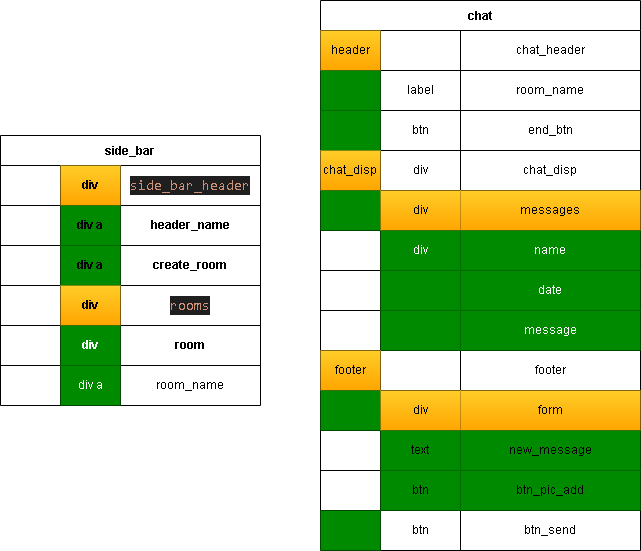
Earlier version of the draw.io export app/views/messages/index.drawio.png (liliaim/chat-app). Source tidied: cells renumbered, new cells last; positions are measured from the earlier drawing's top-left corner, leaving out a move shared by most shapes.
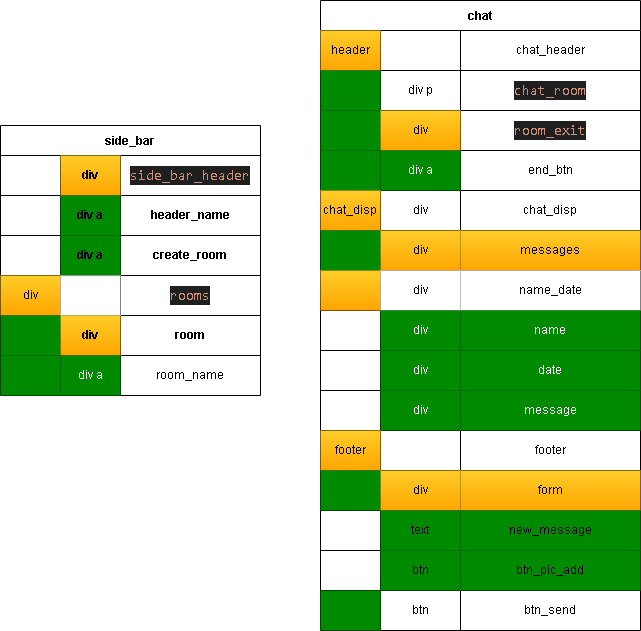
Later version of the same file.

Diff of the diagram source:
```diff
@@ -3,7 +3,7 @@
     <mxCell id="0" />
     <mxCell id="1" parent="0" />
     <mxCell id="2" value="chat" style="shape=table;startSize=30;fontStyle=1;align=center;labelBorderColor=none;" parent="1" vertex="1">
-      <mxGeometry x="320" width="320" height="550" as="geometry" />
+      <mxGeometry x="320" width="320" height="630" as="geometry" />
     </mxCell>
     <mxCell id="3" style="shape=tableRow;horizontal=0;startSize=0;swimlaneHead=0;swimlaneBody=0;top=0;left=0;bottom=0;right=0;fillColor=none;labelBorderColor=none;" parent="2" vertex="1">
       <mxGeometry y="30" width="320" height="40" as="geometry" />
@@ -23,26 +23,38 @@
     <mxCell id="8" style="shape=partialRectangle;html=1;whiteSpace=wrap;fillColor=#008a00;top=0;left=0;bottom=0;right=0;overflow=hidden;labelBorderColor=none;strokeColor=#005700;" parent="7" vertex="1">
       <mxGeometry width="60" height="40" as="geometry" />
     </mxCell>
-    <mxCell id="9" value="label" style="shape=partialRectangle;html=1;whiteSpace=wrap;fillColor=none;top=0;left=0;bottom=0;right=0;overflow=hidden;labelBorderColor=none;" parent="7" vertex="1">
+    <mxCell id="9" value="div p" style="shape=partialRectangle;html=1;whiteSpace=wrap;fillColor=none;top=0;left=0;bottom=0;right=0;overflow=hidden;labelBorderColor=none;" parent="7" vertex="1">
       <mxGeometry x="60" width="80" height="40" as="geometry" />
     </mxCell>
-    <mxCell id="10" value="room_name" style="shape=partialRectangle;html=1;whiteSpace=wrap;fillColor=none;top=0;left=0;bottom=0;right=0;overflow=hidden;labelBorderColor=none;" parent="7" vertex="1">
+    <mxCell id="10" value="&lt;div style=&quot;color: rgb(204, 204, 204); background-color: rgb(31, 31, 31); font-family: Consolas, &amp;quot;Courier New&amp;quot;, monospace; font-size: 14px; line-height: 19px;&quot;&gt;&lt;span style=&quot;color: #ce9178;&quot;&gt;chat_room&lt;/span&gt;&lt;/div&gt;" style="shape=partialRectangle;html=1;whiteSpace=wrap;fillColor=none;top=0;left=0;bottom=0;right=0;overflow=hidden;labelBorderColor=none;" parent="7" vertex="1">
       <mxGeometry x="140" width="180" height="40" as="geometry" />
     </mxCell>
+    <mxCell id="80" style="shape=tableRow;horizontal=0;startSize=0;swimlaneHead=0;swimlaneBody=0;top=0;left=0;bottom=0;right=0;fillColor=none;labelBorderColor=none;" parent="2" vertex="1">
+      <mxGeometry y="110" width="320" height="40" as="geometry" />
+    </mxCell>
+    <mxCell id="81" style="shape=partialRectangle;html=1;whiteSpace=wrap;fillColor=#008a00;top=0;left=0;bottom=0;right=0;overflow=hidden;labelBorderColor=none;strokeColor=#005700;" parent="80" vertex="1">
+      <mxGeometry width="60" height="40" as="geometry" />
+    </mxCell>
+    <mxCell id="82" value="div" style="shape=partialRectangle;html=1;whiteSpace=wrap;fillColor=#ffcd28;top=0;left=0;bottom=0;right=0;overflow=hidden;labelBorderColor=none;gradientColor=#ffa500;strokeColor=#d79b00;" parent="80" vertex="1">
+      <mxGeometry x="60" width="80" height="40" as="geometry" />
+    </mxCell>
+    <mxCell id="83" value="&lt;div style=&quot;color: rgb(204, 204, 204); background-color: rgb(31, 31, 31); font-family: Consolas, &amp;quot;Courier New&amp;quot;, monospace; font-size: 14px; line-height: 19px;&quot;&gt;&lt;span style=&quot;color: #ce9178;&quot;&gt;room_exit&lt;/span&gt;&lt;/div&gt;" style="shape=partialRectangle;html=1;whiteSpace=wrap;fillColor=none;top=0;left=0;bottom=0;right=0;overflow=hidden;labelBorderColor=none;" parent="80" vertex="1">
+      <mxGeometry x="140" width="180" height="40" as="geometry" />
+    </mxCell>
     <mxCell id="11" style="shape=tableRow;horizontal=0;startSize=0;swimlaneHead=0;swimlaneBody=0;top=0;left=0;bottom=0;right=0;fillColor=none;labelBorderColor=none;" parent="2" vertex="1">
-      <mxGeometry y="110" width="320" height="40" as="geometry" />
+      <mxGeometry y="150" width="320" height="40" as="geometry" />
     </mxCell>
     <mxCell id="12" style="shape=partialRectangle;html=1;whiteSpace=wrap;fillColor=#008a00;top=0;left=0;bottom=0;right=0;overflow=hidden;labelBorderColor=none;strokeColor=#005700;" parent="11" vertex="1">
       <mxGeometry width="60" height="40" as="geometry" />
     </mxCell>
-    <mxCell id="13" value="btn" style="shape=partialRectangle;html=1;whiteSpace=wrap;fillColor=none;top=0;left=0;bottom=0;right=0;overflow=hidden;labelBorderColor=none;" parent="11" vertex="1">
+    <mxCell id="13" value="div a" style="shape=partialRectangle;html=1;whiteSpace=wrap;fillColor=#008a00;top=0;left=0;bottom=0;right=0;overflow=hidden;labelBorderColor=none;fontColor=#ffffff;strokeColor=#005700;" parent="11" vertex="1">
       <mxGeometry x="60" width="80" height="40" as="geometry" />
     </mxCell>
     <mxCell id="14" value="end_btn" style="shape=partialRectangle;html=1;whiteSpace=wrap;fillColor=none;top=0;left=0;bottom=0;right=0;overflow=hidden;labelBorderColor=none;" parent="11" vertex="1">
       <mxGeometry x="140" width="180" height="40" as="geometry" />
     </mxCell>
     <mxCell id="15" style="shape=tableRow;horizontal=0;startSize=0;swimlaneHead=0;swimlaneBody=0;top=0;left=0;bottom=0;right=0;fillColor=none;labelBorderColor=none;" parent="2" vertex="1">
-      <mxGeometry y="150" width="320" height="40" as="geometry" />
+      <mxGeometry y="190" width="320" height="40" as="geometry" />
     </mxCell>
     <mxCell id="16" value="chat_disp" style="shape=partialRectangle;html=1;whiteSpace=wrap;fillColor=#ffcd28;top=0;left=0;bottom=0;right=0;overflow=hidden;labelBorderColor=none;gradientColor=#ffa500;strokeColor=#d79b00;" parent="15" vertex="1">
       <mxGeometry width="60" height="40" as="geometry" />
@@ -54,7 +66,7 @@
       <mxGeometry x="140" width="180" height="40" as="geometry" />
     </mxCell>
     <mxCell id="19" style="shape=tableRow;horizontal=0;startSize=0;swimlaneHead=0;swimlaneBody=0;top=0;left=0;bottom=0;right=0;fillColor=none;labelBorderColor=none;" parent="2" vertex="1">
-      <mxGeometry y="190" width="320" height="40" as="geometry" />
+      <mxGeometry y="230" width="320" height="40" as="geometry" />
     </mxCell>
     <mxCell id="20" style="shape=partialRectangle;html=1;whiteSpace=wrap;fillColor=#008a00;top=0;left=0;bottom=0;right=0;overflow=hidden;labelBorderColor=none;fontColor=#ffffff;strokeColor=#005700;" parent="19" vertex="1">
       <mxGeometry width="60" height="40" as="geometry" />
@@ -65,8 +77,20 @@
     <mxCell id="22" value="messages" style="shape=partialRectangle;html=1;whiteSpace=wrap;fillColor=#ffcd28;top=0;left=0;bottom=0;right=0;overflow=hidden;labelBorderColor=none;strokeColor=#d79b00;gradientColor=#ffa500;" parent="19" vertex="1">
       <mxGeometry x="140" width="180" height="40" as="geometry" />
     </mxCell>
+    <mxCell id="84" style="shape=tableRow;horizontal=0;startSize=0;swimlaneHead=0;swimlaneBody=0;top=0;left=0;bottom=0;right=0;fillColor=none;labelBorderColor=none;" parent="2" vertex="1">
+      <mxGeometry y="270" width="320" height="40" as="geometry" />
+    </mxCell>
+    <mxCell id="85" style="shape=partialRectangle;html=1;whiteSpace=wrap;fillColor=#ffcd28;top=0;left=0;bottom=0;right=0;overflow=hidden;labelBorderColor=none;strokeColor=#d79b00;gradientColor=#ffa500;" parent="84" vertex="1">
+      <mxGeometry width="60" height="40" as="geometry" />
+    </mxCell>
+    <mxCell id="86" value="div" style="shape=partialRectangle;html=1;whiteSpace=wrap;top=0;left=0;bottom=0;right=0;overflow=hidden;labelBorderColor=none;" parent="84" vertex="1">
+      <mxGeometry x="60" width="80" height="40" as="geometry" />
+    </mxCell>
+    <mxCell id="87" value="name_date" style="shape=partialRectangle;html=1;whiteSpace=wrap;top=0;left=0;bottom=0;right=0;overflow=hidden;labelBorderColor=none;" parent="84" vertex="1">
+      <mxGeometry x="140" width="180" height="40" as="geometry" />
+    </mxCell>
     <mxCell id="23" style="shape=tableRow;horizontal=0;startSize=0;swimlaneHead=0;swimlaneBody=0;top=0;left=0;bottom=0;right=0;fillColor=none;labelBorderColor=none;" parent="2" vertex="1">
-      <mxGeometry y="230" width="320" height="40" as="geometry" />
+      <mxGeometry y="310" width="320" height="40" as="geometry" />
     </mxCell>
     <mxCell id="24" style="shape=partialRectangle;html=1;whiteSpace=wrap;fillColor=none;top=0;left=0;bottom=0;right=0;overflow=hidden;labelBorderColor=none;" parent="23" vertex="1">
       <mxGeometry width="60" height="40" as="geometry" />
@@ -78,31 +102,31 @@
       <mxGeometry x="140" width="180" height="40" as="geometry" />
     </mxCell>
     <mxCell id="27" style="shape=tableRow;horizontal=0;startSize=0;swimlaneHead=0;swimlaneBody=0;top=0;left=0;bottom=0;right=0;fillColor=none;labelBorderColor=none;" parent="2" vertex="1">
-      <mxGeometry y="270" width="320" height="40" as="geometry" />
+      <mxGeometry y="350" width="320" height="40" as="geometry" />
     </mxCell>
     <mxCell id="28" style="shape=partialRectangle;html=1;whiteSpace=wrap;fillColor=none;top=0;left=0;bottom=0;right=0;overflow=hidden;labelBorderColor=none;" parent="27" vertex="1">
       <mxGeometry width="60" height="40" as="geometry" />
     </mxCell>
-    <mxCell id="29" style="shape=partialRectangle;html=1;whiteSpace=wrap;fillColor=#008a00;top=0;left=0;bottom=0;right=0;overflow=hidden;labelBorderColor=none;fontColor=#ffffff;strokeColor=#005700;" parent="27" vertex="1">
+    <mxCell id="29" value="div" style="shape=partialRectangle;html=1;whiteSpace=wrap;fillColor=#008a00;top=0;left=0;bottom=0;right=0;overflow=hidden;labelBorderColor=none;fontColor=#ffffff;strokeColor=#005700;" parent="27" vertex="1">
       <mxGeometry x="60" width="80" height="40" as="geometry" />
     </mxCell>
     <mxCell id="30" value="date" style="shape=partialRectangle;html=1;whiteSpace=wrap;fillColor=#008a00;top=0;left=0;bottom=0;right=0;overflow=hidden;labelBorderColor=none;fontColor=#ffffff;strokeColor=#005700;" parent="27" vertex="1">
       <mxGeometry x="140" width="180" height="40" as="geometry" />
     </mxCell>
     <mxCell id="31" style="shape=tableRow;horizontal=0;startSize=0;swimlaneHead=0;swimlaneBody=0;top=0;left=0;bottom=0;right=0;fillColor=none;labelBorderColor=none;" parent="2" vertex="1">
-      <mxGeometry y="310" width="320" height="40" as="geometry" />
+      <mxGeometry y="390" width="320" height="40" as="geometry" />
     </mxCell>
     <mxCell id="32" style="shape=partialRectangle;html=1;whiteSpace=wrap;fillColor=none;top=0;left=0;bottom=0;right=0;overflow=hidden;labelBorderColor=none;" parent="31" vertex="1">
       <mxGeometry width="60" height="40" as="geometry" />
     </mxCell>
-    <mxCell id="33" style="shape=partialRectangle;html=1;whiteSpace=wrap;fillColor=#008a00;top=0;left=0;bottom=0;right=0;overflow=hidden;labelBorderColor=none;fontColor=#ffffff;strokeColor=#005700;" parent="31" vertex="1">
+    <mxCell id="33" value="div" style="shape=partialRectangle;html=1;whiteSpace=wrap;fillColor=#008a00;top=0;left=0;bottom=0;right=0;overflow=hidden;labelBorderColor=none;fontColor=#ffffff;strokeColor=#005700;" parent="31" vertex="1">
       <mxGeometry x="60" width="80" height="40" as="geometry" />
     </mxCell>
     <mxCell id="34" value="message" style="shape=partialRectangle;html=1;whiteSpace=wrap;fillColor=#008a00;top=0;left=0;bottom=0;right=0;overflow=hidden;labelBorderColor=none;fontColor=#ffffff;strokeColor=#005700;" parent="31" vertex="1">
       <mxGeometry x="140" width="180" height="40" as="geometry" />
     </mxCell>
     <mxCell id="35" style="shape=tableRow;horizontal=0;startSize=0;swimlaneHead=0;swimlaneBody=0;top=0;left=0;bottom=0;right=0;fillColor=none;labelBorderColor=none;" parent="2" vertex="1">
-      <mxGeometry y="350" width="320" height="40" as="geometry" />
+      <mxGeometry y="430" width="320" height="40" as="geometry" />
     </mxCell>
     <mxCell id="36" value="footer" style="shape=partialRectangle;html=1;whiteSpace=wrap;fillColor=#ffcd28;top=0;left=0;bottom=0;right=0;overflow=hidden;labelBorderColor=none;gradientColor=#ffa500;strokeColor=#d79b00;" parent="35" vertex="1">
       <mxGeometry width="60" height="40" as="geometry" />
@@ -114,7 +138,7 @@
       <mxGeometry x="140" width="180" height="40" as="geometry" />
     </mxCell>
     <mxCell id="39" style="shape=tableRow;horizontal=0;startSize=0;swimlaneHead=0;swimlaneBody=0;top=0;left=0;bottom=0;right=0;fillColor=none;labelBorderColor=none;" parent="2" vertex="1">
-      <mxGeometry y="390" width="320" height="40" as="geometry" />
+      <mxGeometry y="470" width="320" height="40" as="geometry" />
     </mxCell>
     <mxCell id="40" style="shape=partialRectangle;html=1;whiteSpace=wrap;fillColor=#008a00;top=0;left=0;bottom=0;right=0;overflow=hidden;labelBorderColor=none;strokeColor=#005700;fontColor=#ffffff;" parent="39" vertex="1">
       <mxGeometry width="60" height="40" as="geometry" />
@@ -126,7 +150,7 @@
       <mxGeometry x="140" width="180" height="40" as="geometry" />
     </mxCell>
     <mxCell id="43" style="shape=tableRow;horizontal=0;startSize=0;swimlaneHead=0;swimlaneBody=0;top=0;left=0;bottom=0;right=0;fillColor=none;labelBorderColor=none;" parent="2" vertex="1">
-      <mxGeometry y="430" width="320" height="40" as="geometry" />
+      <mxGeometry y="510" width="320" height="40" as="geometry" />
     </mxCell>
     <mxCell id="44" style="shape=partialRectangle;html=1;whiteSpace=wrap;fillColor=none;top=0;left=0;bottom=0;right=0;overflow=hidden;labelBorderColor=none;" parent="43" vertex="1">
       <mxGeometry width="60" height="40" as="geometry" />
@@ -138,7 +162,7 @@
       <mxGeometry x="140" width="180" height="40" as="geometry" />
     </mxCell>
     <mxCell id="47" style="shape=tableRow;horizontal=0;startSize=0;swimlaneHead=0;swimlaneBody=0;top=0;left=0;bottom=0;right=0;fillColor=none;labelBorderColor=none;" parent="2" vertex="1">
-      <mxGeometry y="470" width="320" height="40" as="geometry" />
+      <mxGeometry y="550" width="320" height="40" as="geometry" />
     </mxCell>
     <mxCell id="48" style="shape=partialRectangle;html=1;whiteSpace=wrap;fillColor=none;top=0;left=0;bottom=0;right=0;overflow=hidden;labelBorderColor=none;" parent="47" vertex="1">
       <mxGeometry width="60" height="40" as="geometry" />
@@ -150,7 +174,7 @@
       <mxGeometry x="140" width="180" height="40" as="geometry" />
     </mxCell>
     <mxCell id="51" style="shape=tableRow;horizontal=0;startSize=0;swimlaneHead=0;swimlaneBody=0;top=0;left=0;bottom=0;right=0;fillColor=none;labelBorderColor=none;" parent="2" vertex="1">
-      <mxGeometry y="510" width="320" height="40" as="geometry" />
+      <mxGeometry y="590" width="320" height="40" as="geometry" />
     </mxCell>
     <mxCell id="52" style="shape=partialRectangle;html=1;whiteSpace=wrap;fillColor=#008a00;top=0;left=0;bottom=0;right=0;overflow=hidden;labelBorderColor=none;strokeColor=#005700;fontColor=#ffffff;" parent="51" vertex="1">
       <mxGeometry width="60" height="40" as="geometry" />
@@ -162,7 +186,7 @@
       <mxGeometry x="140" width="180" height="40" as="geometry" />
     </mxCell>
     <mxCell id="55" value="side_bar" style="shape=table;startSize=30;fontStyle=1;align=center;labelBorderColor=none;" parent="1" vertex="1">
-      <mxGeometry y="135" width="260" height="270" as="geometry" />
+      <mxGeometry y="125" width="260" height="270" as="geometry" />
     </mxCell>
     <mxCell id="56" style="shape=tableRow;horizontal=0;startSize=0;swimlaneHead=0;swimlaneBody=0;top=0;left=0;bottom=0;right=0;fillColor=none;labelBorderColor=none;" parent="55" vertex="1">
       <mxGeometry y="30" width="260" height="40" as="geometry" />
@@ -203,10 +227,10 @@
     <mxCell id="68" style="shape=tableRow;horizontal=0;startSize=0;swimlaneHead=0;swimlaneBody=0;top=0;left=0;bottom=0;right=0;fillColor=none;labelBorderColor=none;" parent="55" vertex="1">
       <mxGeometry y="150" width="260" height="40" as="geometry" />
     </mxCell>
-    <mxCell id="69" style="shape=partialRectangle;html=1;whiteSpace=wrap;fillColor=none;top=0;left=0;bottom=0;right=0;overflow=hidden;labelBorderColor=none;" parent="68" vertex="1">
+    <mxCell id="69" value="div" style="shape=partialRectangle;html=1;whiteSpace=wrap;fillColor=#ffcd28;top=0;left=0;bottom=0;right=0;overflow=hidden;labelBorderColor=none;gradientColor=#ffa500;strokeColor=#d79b00;" parent="68" vertex="1">
       <mxGeometry width="60" height="40" as="geometry" />
     </mxCell>
-    <mxCell id="70" value="&lt;span style=&quot;font-weight: 700;&quot;&gt;div&lt;/span&gt;" style="shape=partialRectangle;html=1;whiteSpace=wrap;fillColor=#ffcd28;top=0;left=0;bottom=0;right=0;overflow=hidden;labelBorderColor=none;gradientColor=#ffa500;strokeColor=#d79b00;" parent="68" vertex="1">
+    <mxCell id="70" style="shape=partialRectangle;html=1;whiteSpace=wrap;top=0;left=0;bottom=0;right=0;overflow=hidden;labelBorderColor=none;" parent="68" vertex="1">
       <mxGeometry x="60" width="60" height="40" as="geometry" />
     </mxCell>
     <mxCell id="71" value="&lt;div style=&quot;color: rgb(204, 204, 204); background-color: rgb(31, 31, 31); font-family: Consolas, &amp;quot;Courier New&amp;quot;, monospace; font-size: 14px; line-height: 19px;&quot;&gt;&lt;span style=&quot;color: #ce9178;&quot;&gt;rooms&lt;/span&gt;&lt;/div&gt;" style="shape=partialRectangle;html=1;whiteSpace=wrap;fillColor=none;top=0;left=0;bottom=0;right=0;overflow=hidden;labelBorderColor=none;" parent="68" vertex="1">
@@ -215,10 +239,10 @@
     <mxCell id="72" style="shape=tableRow;horizontal=0;startSize=0;swimlaneHead=0;swimlaneBody=0;top=0;left=0;bottom=0;right=0;fillColor=none;labelBorderColor=none;" parent="55" vertex="1">
       <mxGeometry y="190" width="260" height="40" as="geometry" />
     </mxCell>
-    <mxCell id="73" style="shape=partialRectangle;html=1;whiteSpace=wrap;fillColor=none;top=0;left=0;bottom=0;right=0;overflow=hidden;labelBorderColor=none;" parent="72" vertex="1">
+    <mxCell id="73" style="shape=partialRectangle;html=1;whiteSpace=wrap;fillColor=#008a00;top=0;left=0;bottom=0;right=0;overflow=hidden;labelBorderColor=none;fontColor=#ffffff;strokeColor=#005700;" parent="72" vertex="1">
       <mxGeometry width="60" height="40" as="geometry" />
     </mxCell>
-    <mxCell id="74" value="&lt;span style=&quot;font-weight: 700;&quot;&gt;div&lt;/span&gt;" style="shape=partialRectangle;html=1;whiteSpace=wrap;fillColor=#008a00;top=0;left=0;bottom=0;right=0;overflow=hidden;labelBorderColor=none;fontColor=#ffffff;strokeColor=#005700;" parent="72" vertex="1">
+    <mxCell id="74" value="&lt;span style=&quot;font-weight: 700;&quot;&gt;div&lt;/span&gt;" style="shape=partialRectangle;html=1;whiteSpace=wrap;fillColor=#ffcd28;top=0;left=0;bottom=0;right=0;overflow=hidden;labelBorderColor=none;strokeColor=#d79b00;gradientColor=#ffa500;" parent="72" vertex="1">
       <mxGeometry x="60" width="60" height="40" as="geometry" />
     </mxCell>
     <mxCell id="75" value="&lt;span style=&quot;font-weight: 700; text-align: left;&quot;&gt;room&lt;/span&gt;" style="shape=partialRectangle;html=1;whiteSpace=wrap;fillColor=none;top=0;left=0;bottom=0;right=0;overflow=hidden;labelBorderColor=none;" parent="72" vertex="1">
@@ -227,7 +251,7 @@
     <mxCell id="76" style="shape=tableRow;horizontal=0;startSize=0;swimlaneHead=0;swimlaneBody=0;top=0;left=0;bottom=0;right=0;fillColor=none;labelBorderColor=none;" parent="55" vertex="1">
       <mxGeometry y="230" width="260" height="40" as="geometry" />
     </mxCell>
-    <mxCell id="77" style="shape=partialRectangle;html=1;whiteSpace=wrap;fillColor=none;top=0;left=0;bottom=0;right=0;overflow=hidden;labelBorderColor=none;" parent="76" vertex="1">
+    <mxCell id="77" style="shape=partialRectangle;html=1;whiteSpace=wrap;fillColor=#008a00;top=0;left=0;bottom=0;right=0;overflow=hidden;labelBorderColor=none;fontColor=#ffffff;strokeColor=#005700;" parent="76" vertex="1">
       <mxGeometry width="60" height="40" as="geometry" />
     </mxCell>
     <mxCell id="78" value="div a" style="shape=partialRectangle;html=1;whiteSpace=wrap;fillColor=#008a00;top=0;left=0;bottom=0;right=0;overflow=hidden;labelBorderColor=none;fontColor=#ffffff;strokeColor=#005700;" parent="76" vertex="1">
```
